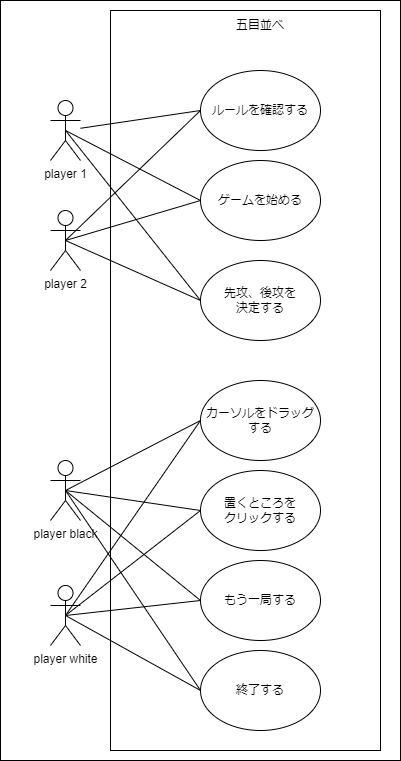
Before: usecase.drawio.png, a diagram exported from draw.io (arashi6FNSM/-4-15). Source tidied: cells renumbered, new cells last; positions are measured from the earlier drawing's top-left corner, leaving out a move shared by most shapes.
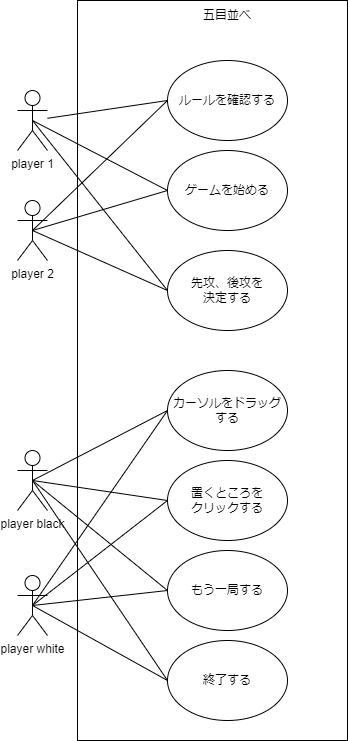
The same diagram one commit later.

The edit, as a diff of the source:
```diff
@@ -2,9 +2,6 @@
   <root>
     <mxCell id="0" />
     <mxCell id="1" parent="0" />
-    <mxCell id="2" style="rounded=0;whiteSpace=wrap;html=1;" parent="1" vertex="1">
-      <mxGeometry width="400" height="760" as="geometry" />
-    </mxCell>
     <mxCell id="3" value="player 1" style="shape=umlActor;verticalLabelPosition=bottom;verticalAlign=top;html=1;outlineConnect=0;" parent="1" vertex="1">
       <mxGeometry x="50" y="100" width="30" height="60" as="geometry" />
     </mxCell>
```
